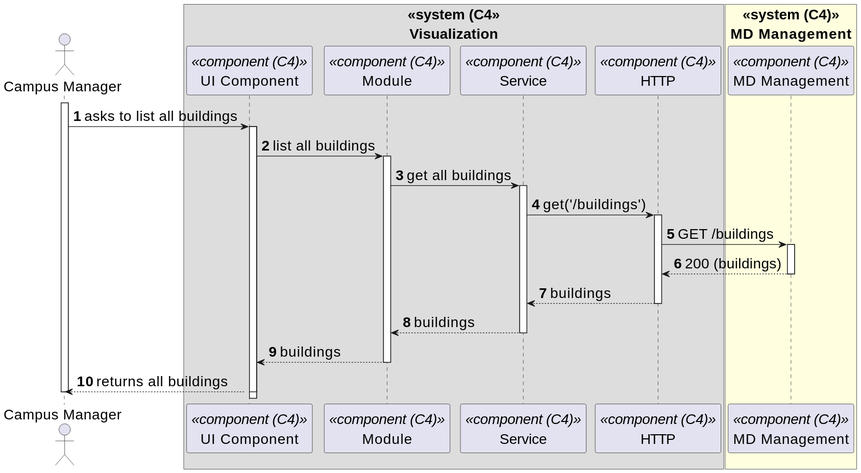
The PlantUML diagram _wiki/sprint-b/us-1040/views/level-3/assets/process-view.svg in miseEnPlace-dev/lapr5, before a commit. Source of this version:
```plantuml
@startuml
skinparamlocked defaultFontSize 20
autonumber
skinparam DefaultTextAlignment<<center>> center

actor CM as "Campus Manager"
box "<<system (C4>>\nVisualization"<<center>>
  participant CMP as "UI Component" <<component (C4)>>
  participant MOD as "Module" <<component (C4)>>
  participant SRV as "Service" <<component (C4)>>
  participant HTTP as "HTTP" <<component (C4)>>
end box

box "<<system (C4)>>\nMD Management" <<center>>#LightYellow
  participant MDM as "MD Management" <<component (C4)>>
end box

activate CM

CM -> CMP : asks to list all buildings
activate CMP

activate CMP
CMP -> MOD : list all buildings
activate MOD
MOD -> SRV : get all buildings
activate SRV
SRV -> HTTP : get('/buildings')

activate HTTP

HTTP -> MDM : GET /buildings
activate MDM
MDM --> HTTP : 200 (buildings)
deactivate MDM

HTTP --> SRV : buildings
deactivate HTTP

SRV --> MOD : buildings
deactivate SRV
MOD --> CMP : buildings
deactivate MOD

CM <-- CMP : returns all buildings
deactivate CMP


deactivate CM
@enduml
```
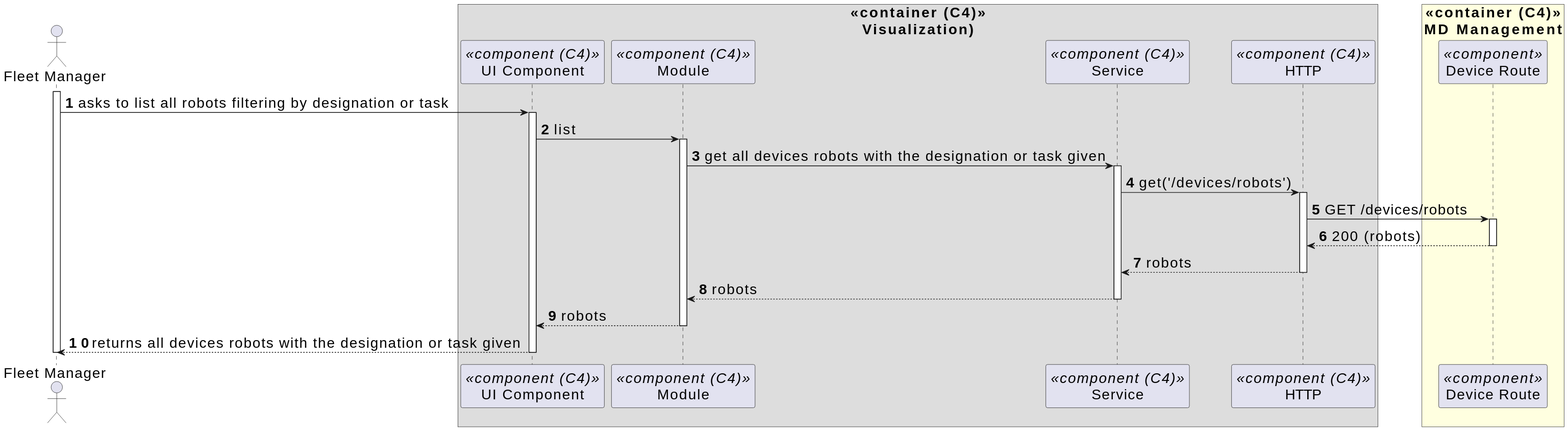
Later version of the same file.

Diff of the diagram source:
```diff
@@ -3,48 +3,46 @@
 autonumber
 skinparam DefaultTextAlignment<<center>> center
 
-actor CM as "Campus Manager"
-box "<<system (C4>>\nVisualization"<<center>>
+actor FM as "Fleet Manager"
+box "<<container (C4)>>\nVisualization)"<<center>>
   participant CMP as "UI Component" <<component (C4)>>
   participant MOD as "Module" <<component (C4)>>
   participant SRV as "Service" <<component (C4)>>
   participant HTTP as "HTTP" <<component (C4)>>
 end box
 
-box "<<system (C4)>>\nMD Management" <<center>>#LightYellow
-  participant MDM as "MD Management" <<component (C4)>>
+box "<<container (C4)>>\nMD Management" <<center>>#LightYellow
+  participant MDM as "Device Route" <<component>>
 end box
 
-activate CM
+activate FM
 
-CM -> CMP : asks to list all buildings
+FM -> CMP : asks to list all robots filtering by designation or task
 activate CMP
 
-activate CMP
-CMP -> MOD : list all buildings
+CMP -> MOD : list
 activate MOD
-MOD -> SRV : get all buildings
+MOD -> SRV : get all devices robots with the designation or task given
 activate SRV
-SRV -> HTTP : get('/buildings')
+SRV -> HTTP : get('/devices/robots')
 
 activate HTTP
 
-HTTP -> MDM : GET /buildings
+HTTP -> MDM : GET /devices/robots
 activate MDM
-MDM --> HTTP : 200 (buildings)
+MDM --> HTTP : 200 (robots)
 deactivate MDM
 
-HTTP --> SRV : buildings
+HTTP --> SRV : robots
 deactivate HTTP
 
-SRV --> MOD : buildings
+SRV --> MOD : robots
 deactivate SRV
-MOD --> CMP : buildings
+MOD --> CMP : robots
 deactivate MOD
 
-CM <-- CMP : returns all buildings
+FM <-- CMP : returns all devices robots with the designation or task given
 deactivate CMP
 
-
-deactivate CM
+deactivate FM
 @enduml
```
